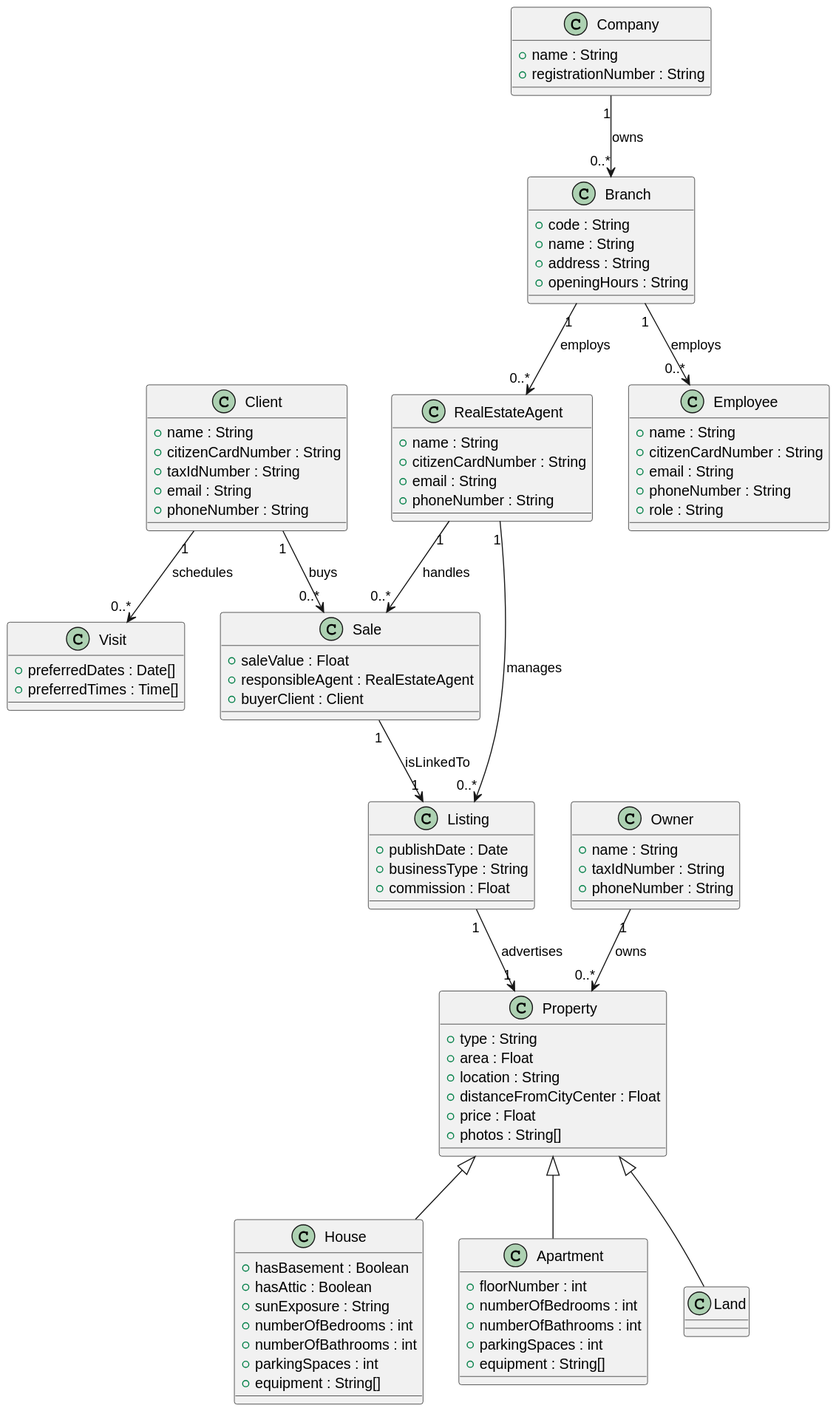
This is docs/Sprint2/Global_Artifacts/DM.svg from goncalomaia18/leti-esoft-24-25-A2, a PlantUML export, as it was before one commit. Its diagram source:
```plantuml
@startuml
class Client {
  +name : String
  +citizenCardNumber : String
  +taxIdNumber : String
  +email : String
  +phoneNumber : String
}

class Property {
  +type : String
  +area : Float
  +location : String
  +distanceFromCityCenter : Float
  +price : Float
  +photos : String[]
}

class House {
  +hasBasement : Boolean
  +hasAttic : Boolean
  +sunExposure : String
  +numberOfBedrooms : int
  +numberOfBathrooms : int
  +parkingSpaces : int
  +equipment : String[]
}

class Apartment {
  +floorNumber : int
  +numberOfBedrooms : int
  +numberOfBathrooms : int
  +parkingSpaces : int
  +equipment : String[]
}

class Land {
}

class Owner {
  +name : String
  +taxIdNumber : String
  +phoneNumber : String
}

class RealEstateAgent {
  +name : String
  +citizenCardNumber : String
  +email : String
  +phoneNumber : String
}

class Listing {
  +publishDate : Date
  +businessType : String
  +commission : Float
}

class Visit {
  +preferredDates : Date[]
  +preferredTimes : Time[]
}

class Branch {
  +code : String
  +name : String
  +address : String
  +openingHours : String
}

class Company {
  +name : String
  +registrationNumber : String
}

class Employee {
  +name : String
  +citizenCardNumber : String
  +email : String
  +phoneNumber : String
  +role : String
}

class Sale {
  +saleValue : Float
  +responsibleAgent : RealEstateAgent
  +buyerClient : Client
}

Client "1" --> "0..*" Visit : schedules
Owner "1" --> "0..*" Property : owns
Property <|-- House
Property <|-- Apartment
Property <|-- Land
RealEstateAgent "1" --> "0..*" Listing : manages
Listing "1" --> "1" Property : advertises
Branch "1" --> "0..*" RealEstateAgent : employs
Company "1" --> "0..*" Branch : owns
Branch "1" --> "0..*" Employee : employs
Client "1" --> "0..*" Sale : buys
Sale "1" --> "1" Listing : isLinkedTo
RealEstateAgent "1" --> "0..*" Sale : handles
@enduml
```
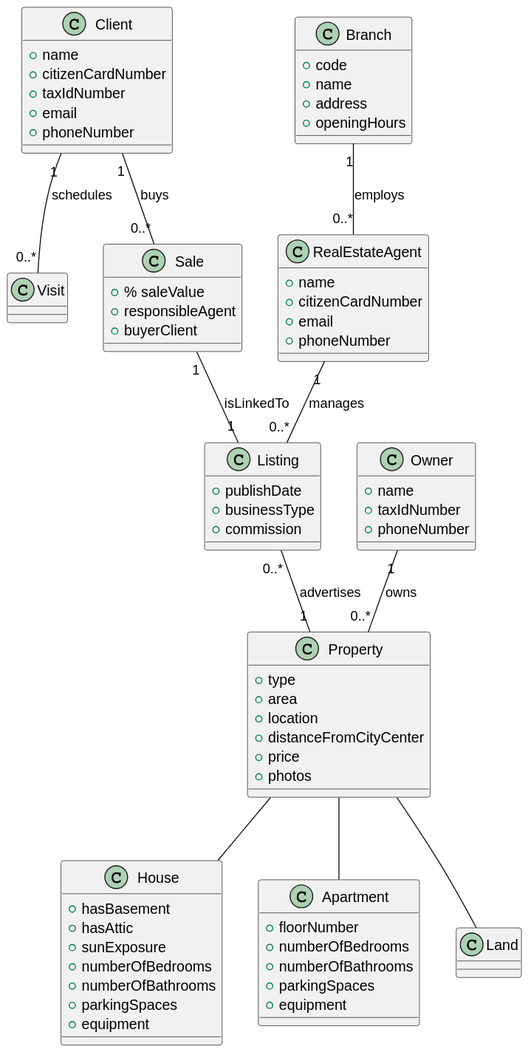
The same diagram one commit later.

What changed in the source:
```diff
@@ -1,103 +1,85 @@
 @startuml
 class Client {
-  +name : String
-  +citizenCardNumber : String
-  +taxIdNumber : String
-  +email : String
-  +phoneNumber : String
+  +name
+  +citizenCardNumber
+  +taxIdNumber
+  +email
+  +phoneNumber
 }
 
 class Property {
-  +type : String
-  +area : Float
-  +location : String
-  +distanceFromCityCenter : Float
-  +price : Float
-  +photos : String[]
+  +type
+  +area
+  +location
+  +distanceFromCityCenter
+  +price
+  +photos
 }
 
 class House {
-  +hasBasement : Boolean
-  +hasAttic : Boolean
-  +sunExposure : String
-  +numberOfBedrooms : int
-  +numberOfBathrooms : int
-  +parkingSpaces : int
-  +equipment : String[]
+  +hasBasement
+  +hasAttic
+  +sunExposure
+  +numberOfBedrooms
+  +numberOfBathrooms
+  +parkingSpaces
+  +equipment
 }
 
 class Apartment {
-  +floorNumber : int
-  +numberOfBedrooms : int
-  +numberOfBathrooms : int
-  +parkingSpaces : int
-  +equipment : String[]
+  +floorNumber
+  +numberOfBedrooms
+  +numberOfBathrooms
+  +parkingSpaces
+  +equipment
 }
 
 class Land {
 }
 
 class Owner {
-  +name : String
-  +taxIdNumber : String
-  +phoneNumber : String
+  +name
+  +taxIdNumber
+  +phoneNumber
 }
 
 class RealEstateAgent {
-  +name : String
-  +citizenCardNumber : String
-  +email : String
-  +phoneNumber : String
+  +name
+  +citizenCardNumber
+  +email
+  +phoneNumber
 }
 
 class Listing {
-  +publishDate : Date
-  +businessType : String
-  +commission : Float
+  +publishDate
+  +businessType
+  +commission
 }
 
 class Visit {
-  +preferredDates : Date[]
-  +preferredTimes : Time[]
 }
 
 class Branch {
-  +code : String
-  +name : String
-  +address : String
-  +openingHours : String
-}
-
-class Company {
-  +name : String
-  +registrationNumber : String
-}
-
-class Employee {
-  +name : String
-  +citizenCardNumber : String
-  +email : String
-  +phoneNumber : String
-  +role : String
+  +code
+  +name
+  +address
+  +openingHours
 }
 
 class Sale {
-  +saleValue : Float
-  +responsibleAgent : RealEstateAgent
-  +buyerClient : Client
+  +% saleValue
+  +responsibleAgent
+  +buyerClient
 }
 
-Client "1" --> "0..*" Visit : schedules
-Owner "1" --> "0..*" Property : owns
-Property <|-- House
-Property <|-- Apartment
-Property <|-- Land
-RealEstateAgent "1" --> "0..*" Listing : manages
-Listing "1" --> "1" Property : advertises
-Branch "1" --> "0..*" RealEstateAgent : employs
-Company "1" --> "0..*" Branch : owns
-Branch "1" --> "0..*" Employee : employs
-Client "1" --> "0..*" Sale : buys
-Sale "1" --> "1" Listing : isLinkedTo
-RealEstateAgent "1" --> "0..*" Sale : handles
+Client "1" -- "0..*" Visit : schedules
+Owner "1" -- "0..*" Property : owns
+Property -- House
+Property -- Apartment
+Property -- Land
+RealEstateAgent "1" -- "0..*" Listing : manages
+Listing "0..*" -- "1" Property : advertises
+Branch "1" -- "0..*" RealEstateAgent : employs
+Client "1" -- "0..*" Sale : buys
+Sale "1" -- "1" Listing : isLinkedTo
 @enduml
```
